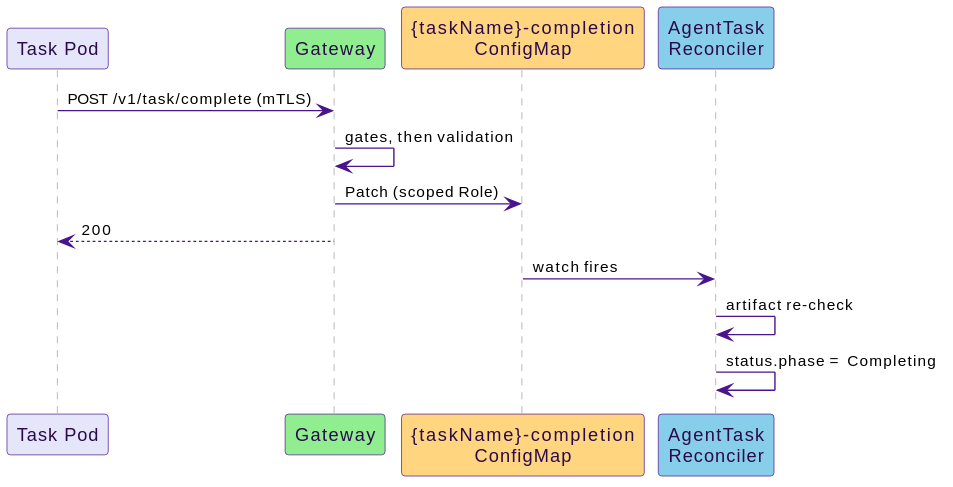
This is docs/src/diagrams/task-completion-record.svg from win07xp/kaalm, a PlantUML export, as it was before one commit. Its diagram source:
```plantuml
@startuml
!include _style.puml

participant "Task Pod" as P $agentBg
participant "Gateway" as GW $gwBg
participant "{taskName}-completion\nConfigMap" as CM $storeBg
participant "AgentTask\nReconciler" as R $ctrlBg

P -> GW : POST /v1/task/complete (mTLS)
GW -> GW : gates, then validation
GW -> CM : Patch (scoped Role)
GW --> P : 200
CM -> R : watch fires
R -> R : artifact re-check
R -> R : status.phase = Completing
@enduml
```
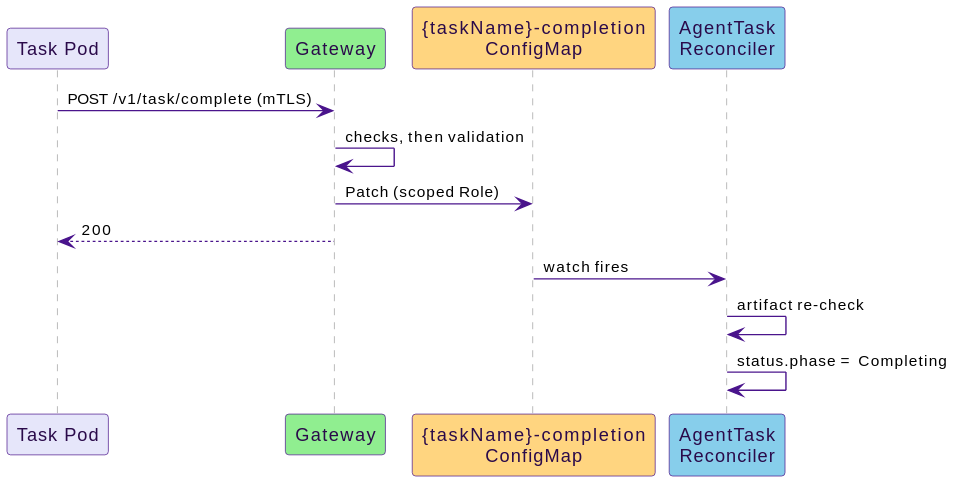
The same file after the commit.

Change to the diagram source:
```diff
@@ -7,7 +7,7 @@
 participant "AgentTask\nReconciler" as R $ctrlBg
 
 P -> GW : POST /v1/task/complete (mTLS)
-GW -> GW : gates, then validation
+GW -> GW : checks, then validation
 GW -> CM : Patch (scoped Role)
 GW --> P : 200
 CM -> R : watch fires
```
